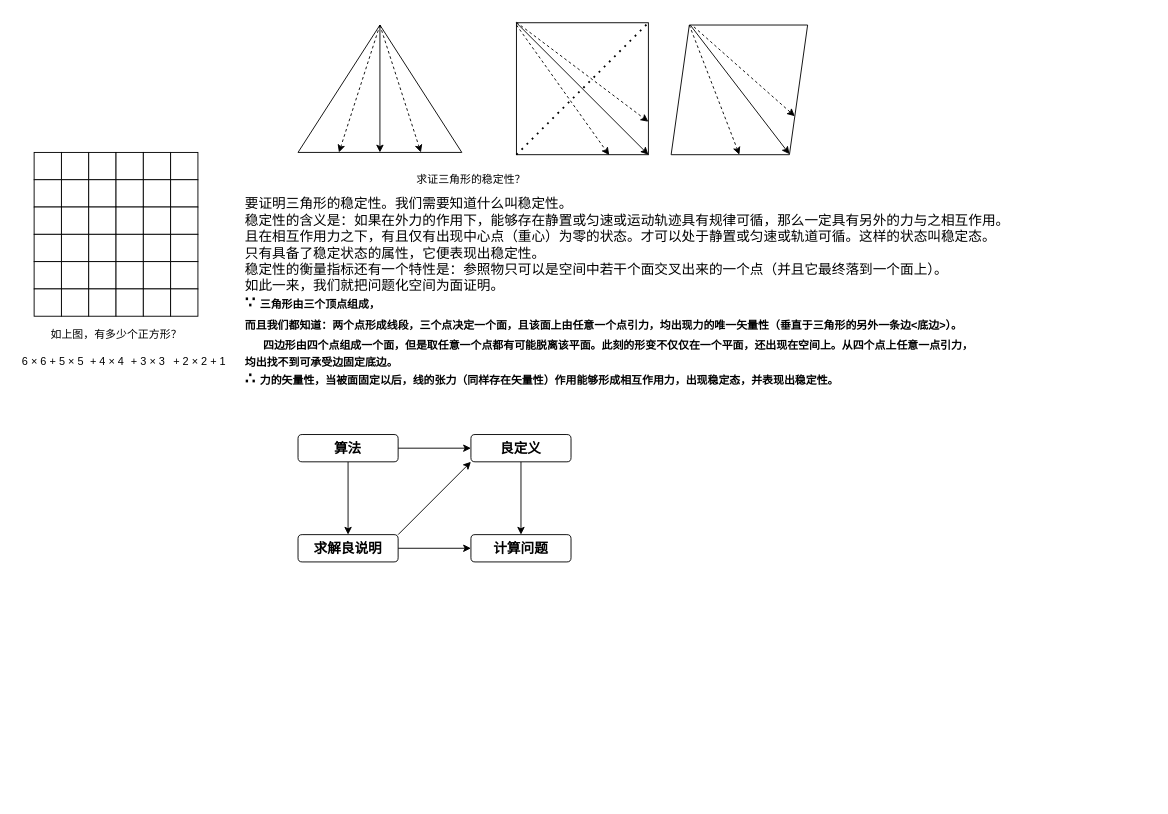
This is 算数.drawio from UTOUUCENTER-CD/Adv-Mathematics, a draw.io file, before an edit. Source tidied: cells renumbered, new cells numbered last; positions are measured from the earlier drawing's top-left corner, leaving out a move shared by most shapes. Both pictures are drawn from the tidied source at 91%, with x=0, y=0 at pixel (15, 6).
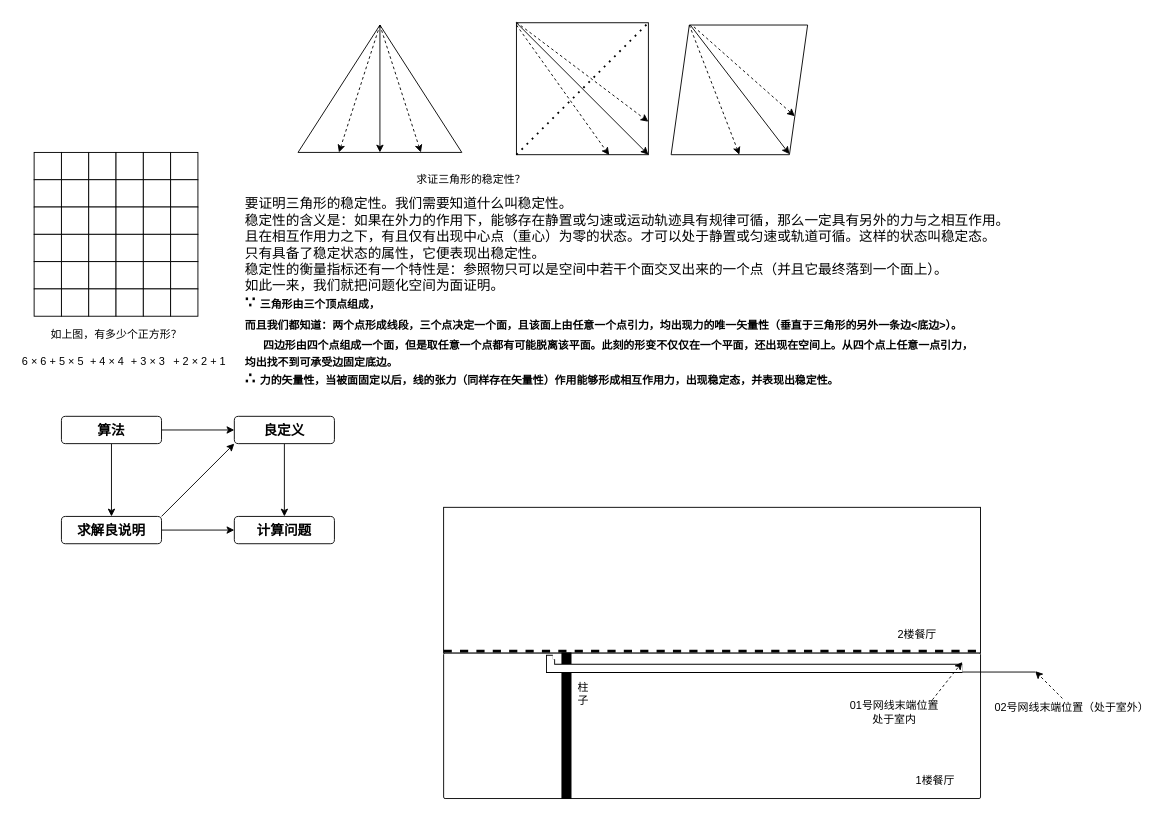
The same diagram, later.

What changed in the source:
```diff
@@
     <mxCell id="67" value="&lt;b&gt;算法&lt;/b&gt;" style="rounded=1;whiteSpace=wrap;html=1;fontSize=15;" parent="1" vertex="1">
-      <mxGeometry x="310" y="470" width="110" height="30" as="geometry" />
+      <mxGeometry x="50" y="450" width="110" height="30" as="geometry" />
     </mxCell>
@@
     <mxCell id="69" value="&lt;b&gt;良定义&lt;/b&gt;" style="rounded=1;whiteSpace=wrap;html=1;fontSize=15;" parent="1" vertex="1">
-      <mxGeometry x="500" y="470" width="110" height="30" as="geometry" />
+      <mxGeometry x="240" y="450" width="110" height="30" as="geometry" />
     </mxCell>
@@
     <mxCell id="71" value="&lt;b&gt;求解良说明&lt;/b&gt;" style="rounded=1;whiteSpace=wrap;html=1;fontSize=15;" parent="1" vertex="1">
-      <mxGeometry x="310" y="580" width="110" height="30" as="geometry" />
+      <mxGeometry x="50" y="560" width="110" height="30" as="geometry" />
     </mxCell>
     <mxCell id="72" value="&lt;b&gt;计算问题&lt;/b&gt;" style="rounded=1;whiteSpace=wrap;html=1;fontSize=15;" parent="1" vertex="1">
-      <mxGeometry x="500" y="580" width="110" height="30" as="geometry" />
+      <mxGeometry x="240" y="560" width="110" height="30" as="geometry" />
     </mxCell>
@@
+    <mxCell id="74" style="rounded=1;whiteSpace=wrap;html=1;arcSize=1;" parent="1" vertex="1">
+      <mxGeometry x="470" y="710" width="590" height="160" as="geometry" />
+    </mxCell>
+    <mxCell id="75" style="endArrow=none;html=1;rounded=0;" parent="1" edge="1">
+      <mxGeometry relative="1" as="geometry">
+        <mxPoint x="590" y="731" as="sourcePoint" />
+        <mxPoint x="1120" y="731" as="targetPoint" />
+      </mxGeometry>
+    </mxCell>
+    <mxCell id="76" value="1楼餐厅" style="text;html=1;align=center;verticalAlign=middle;strokeColor=none;fillColor=none;" parent="1" vertex="1">
+      <mxGeometry x="980" y="840" width="60" height="20" as="geometry" />
+    </mxCell>
+    <mxCell id="77" style="rounded=1;whiteSpace=wrap;html=1;arcSize=0;" parent="1" vertex="1">
+      <mxGeometry x="470" y="550" width="590" height="160" as="geometry" />
+    </mxCell>
+    <mxCell id="78" value="2楼餐厅" style="text;html=1;align=center;verticalAlign=middle;strokeColor=none;fillColor=none;" parent="1" vertex="1">
+      <mxGeometry x="960" y="680" width="60" height="20" as="geometry" />
+    </mxCell>
+    <mxCell id="79" style="endArrow=none;dashed=1;html=1;rounded=0;exitX=0;exitY=1;exitDx=0;exitDy=0;entryX=1;entryY=1;entryDx=0;entryDy=0;strokeWidth=3;" parent="1" edge="1">
+      <mxGeometry relative="1" as="geometry">
+        <mxPoint x="470" y="708" as="sourcePoint" />
+        <mxPoint x="1060" y="708" as="targetPoint" />
+      </mxGeometry>
+    </mxCell>
+    <mxCell id="80" style="verticalLabelPosition=bottom;html=1;verticalAlign=top;align=center;shape=mxgraph.floorplan.wall;fillColor=#000000;direction=south;" parent="1" vertex="1">
+      <mxGeometry x="560" y="710" width="90" height="160" as="geometry" />
+    </mxCell>
+    <mxCell id="81" value="柱&lt;br&gt;子" style="text;html=1;align=center;verticalAlign=middle;strokeColor=none;fillColor=none;" parent="1" vertex="1">
+      <mxGeometry x="607.5" y="740" width="30" height="30" as="geometry" />
+    </mxCell>
+    <mxCell id="82" style="shape=filledEdge;rounded=0;fixDash=1;endArrow=none;strokeWidth=10;fillColor=#ffffff;edgeStyle=orthogonalEdgeStyle;" parent="1" edge="1">
+      <mxGeometry relative="1" as="geometry">
+        <mxPoint x="1040" y="727" as="sourcePoint" />
+        <mxPoint x="590" y="717" as="targetPoint" />
+        <Array as="points">
+          <mxPoint x="587.5" y="727" />
+        </Array>
+      </mxGeometry>
+    </mxCell>
+    <mxCell id="83" value="01号网线末端位置&lt;br&gt;处于室内" style="text;html=1;align=center;verticalAlign=middle;points=[];strokeColor=none;fillColor=none;" parent="1" vertex="1">
+      <mxGeometry x="910" y="760" width="110" height="30" as="geometry" />
+    </mxCell>
+    <mxCell id="84" value="02号网线末端位置（处于室外）" style="text;html=1;align=center;verticalAlign=middle;points=[];strokeColor=none;fillColor=none;" parent="1" vertex="1">
+      <mxGeometry x="1070" y="760" width="180" height="20" as="geometry" />
+    </mxCell>
+    <mxCell id="85" style="endArrow=classic;html=1;rounded=0;strokeWidth=1;exitX=0.883;exitY=0.05;exitDx=0;exitDy=0;exitPerimeter=0;dashed=1;" parent="1" edge="1" source="83">
+      <mxGeometry relative="1" as="geometry">
+        <mxPoint x="1040" y="720" as="targetPoint" />
+      </mxGeometry>
+    </mxCell>
+    <mxCell id="86" style="endArrow=classic;html=1;rounded=0;strokeWidth=1;dashed=1;" parent="1" edge="1" source="84">
+      <mxGeometry relative="1" as="geometry">
+        <mxPoint x="1120" y="730" as="targetPoint" />
+      </mxGeometry>
+    </mxCell>
```
